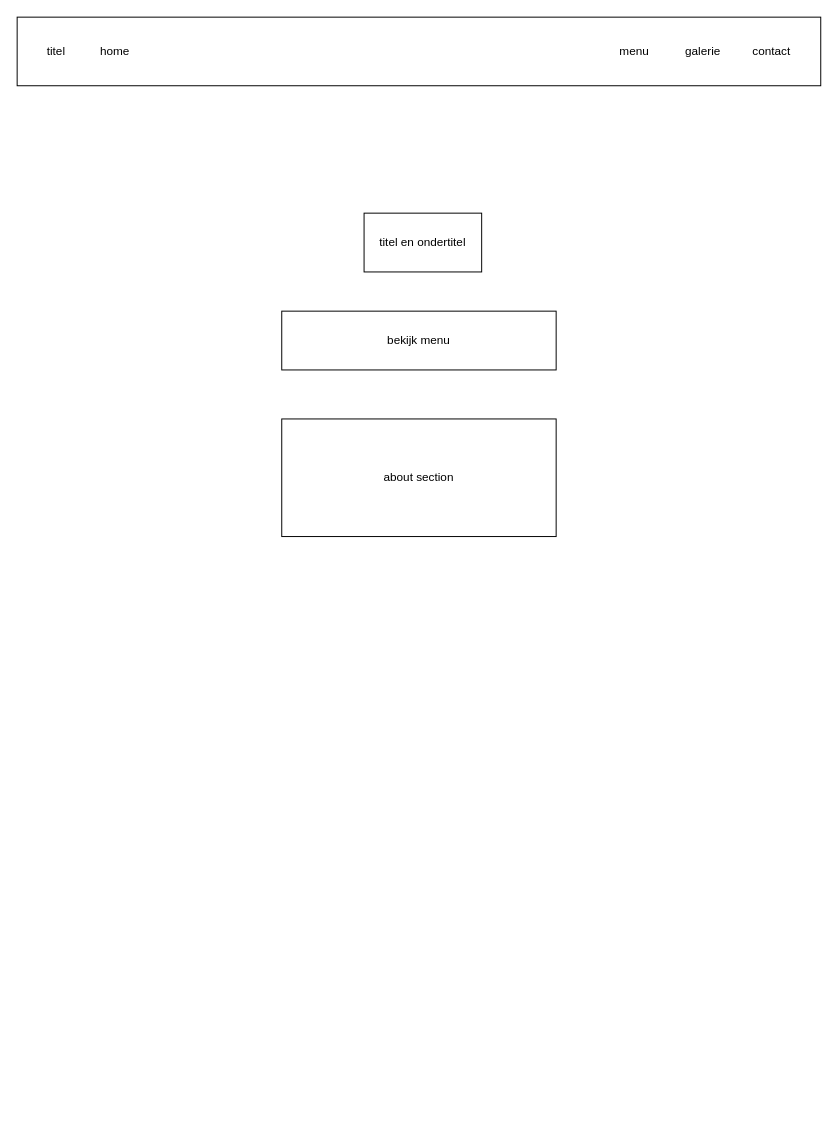
Above: page "home pagina" (1 of 4) of website-design.drawio in Yonaki51/webapplicatie-1-restaurant-website (draw.io), before the change. Source tidied: cells renumbered, new cells numbered last; positions are measured from the earlier drawing's top-left corner, leaving out a move shared by most shapes. Both pictures are drawn from the tidied source at 98%, with x=0, y=0 at pixel (17, 17).
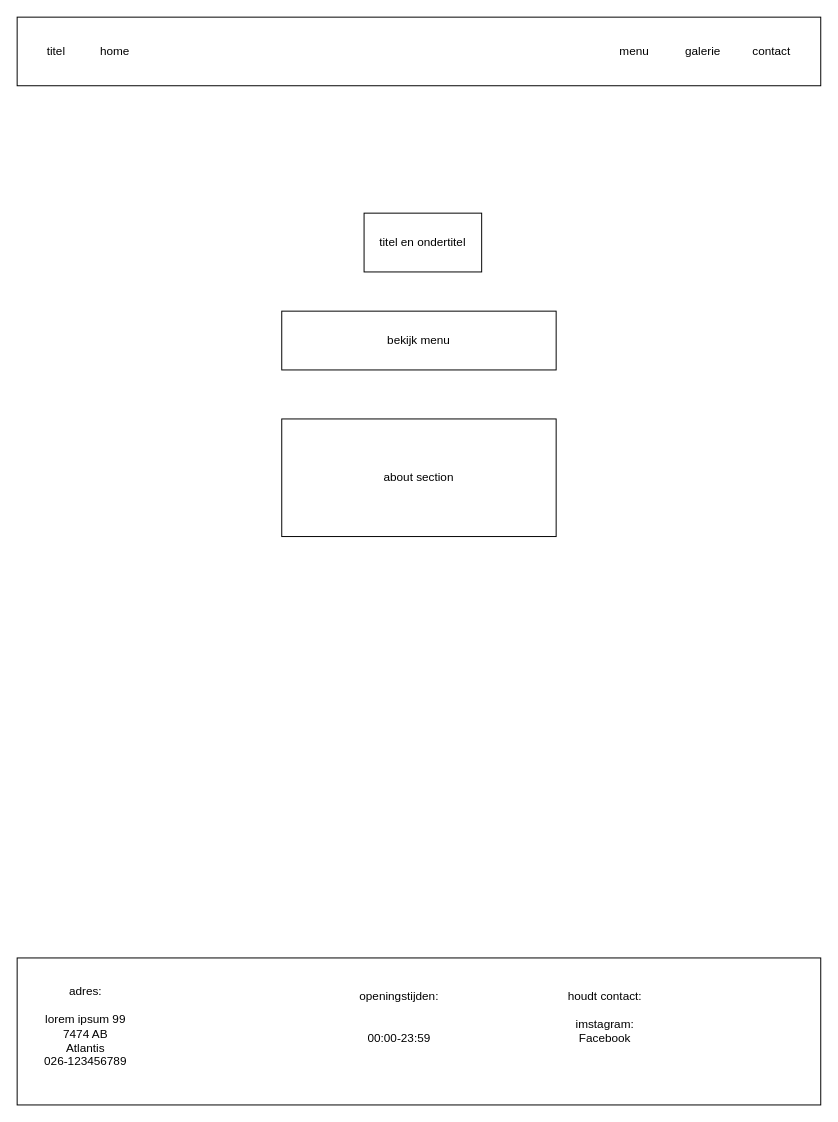
After the change.

Diff of the diagram source:
```diff
@@
 <mxGraphModel>
   <root>
     <mxCell id="0" />
     <mxCell id="1" parent="0" />
     <mxCell id="2" style="rounded=0;whiteSpace=wrap;html=1;" parent="1" vertex="1">
       <mxGeometry width="820" height="70" as="geometry" />
     </mxCell>
     <mxCell id="3" value="home" style="text;html=1;whiteSpace=wrap;strokeColor=none;fillColor=none;align=center;verticalAlign=middle;rounded=0;" parent="1" vertex="1">
       <mxGeometry x="70" y="20" width="60" height="30" as="geometry" />
     </mxCell>
     <mxCell id="4" value="menu" style="text;html=1;whiteSpace=wrap;strokeColor=none;fillColor=none;align=center;verticalAlign=middle;rounded=0;" parent="1" vertex="1">
       <mxGeometry x="600" y="20" width="60" height="30" as="geometry" />
     </mxCell>
     <mxCell id="5" value="galerie" style="text;html=1;whiteSpace=wrap;strokeColor=none;fillColor=none;align=center;verticalAlign=middle;rounded=0;" parent="1" vertex="1">
       <mxGeometry x="670" y="20" width="60" height="30" as="geometry" />
     </mxCell>
     <mxCell id="6" value="contact" style="text;html=1;whiteSpace=wrap;strokeColor=none;fillColor=none;align=center;verticalAlign=middle;rounded=0;" parent="1" vertex="1">
       <mxGeometry x="740" y="20" width="60" height="30" as="geometry" />
     </mxCell>
     <mxCell id="7" value="about section" style="rounded=0;whiteSpace=wrap;html=1;" parent="1" vertex="1">
       <mxGeometry x="270" y="410" width="280" height="120" as="geometry" />
     </mxCell>
     <mxCell id="8" value="bekijk menu" style="rounded=0;whiteSpace=wrap;html=1;" parent="1" vertex="1">
       <mxGeometry x="270" y="300" width="280" height="60" as="geometry" />
     </mxCell>
     <mxCell id="9" value="titel" style="text;html=1;whiteSpace=wrap;strokeColor=none;fillColor=none;align=center;verticalAlign=middle;rounded=0;" parent="1" vertex="1">
       <mxGeometry x="10" y="20" width="60" height="30" as="geometry" />
     </mxCell>
     <mxCell id="10" value="titel en ondertitel" style="rounded=0;whiteSpace=wrap;html=1;" parent="1" vertex="1">
       <mxGeometry x="354" y="200" width="120" height="60" as="geometry" />
     </mxCell>
+    <mxCell id="11" style="rounded=0;whiteSpace=wrap;html=1;" parent="1" vertex="1">
+      <mxGeometry y="960" width="820" height="150" as="geometry" />
+    </mxCell>
+    <mxCell id="12" value="adres:&lt;br&gt;&lt;br&gt;lorem ipsum 99&lt;br&gt;7474 AB&lt;br&gt;Atlantis&lt;br&gt;026-123456789" style="text;html=1;align=center;verticalAlign=middle;whiteSpace=wrap;rounded=0;" parent="1" vertex="1">
+      <mxGeometry x="10" y="1000" width="120" height="60" as="geometry" />
+    </mxCell>
+    <mxCell id="13" value="openingstijden:&lt;br&gt;&lt;br&gt;&lt;br&gt;00:00-23:59" style="text;html=1;align=center;verticalAlign=middle;whiteSpace=wrap;rounded=0;" parent="1" vertex="1">
+      <mxGeometry x="330" y="980" width="120" height="80" as="geometry" />
+    </mxCell>
+    <mxCell id="14" value="houdt contact:&lt;br&gt;&lt;br&gt;imstagram:&lt;br&gt;Facebook" style="text;html=1;align=center;verticalAlign=middle;whiteSpace=wrap;rounded=0;" parent="1" vertex="1">
+      <mxGeometry x="560" y="1000" width="80" height="40" as="geometry" />
+    </mxCell>
   </root>
 </mxGraphModel>
```
